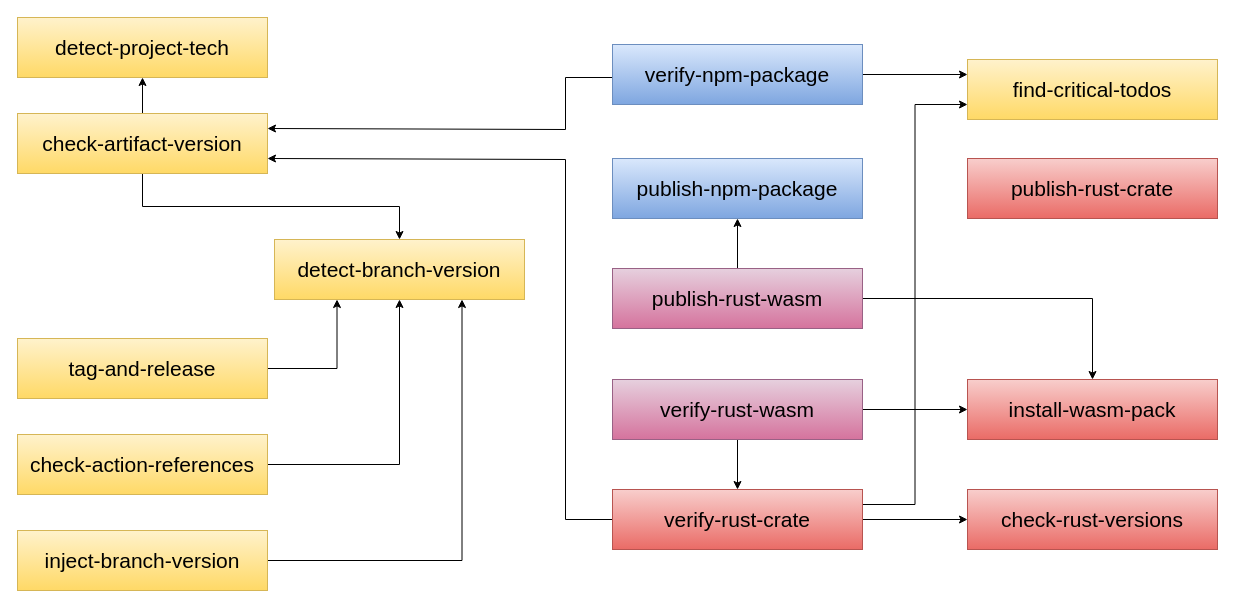
Above: docs/schema.drawio in giancosta86/aurora-github (draw.io), before the change. Source tidied: cells renumbered, new cells numbered last; positions are measured from the earlier drawing's top-left corner, leaving out a move shared by most shapes. Both pictures are drawn from the tidied source at 100%, with x=0, y=0 at pixel (17, 17).
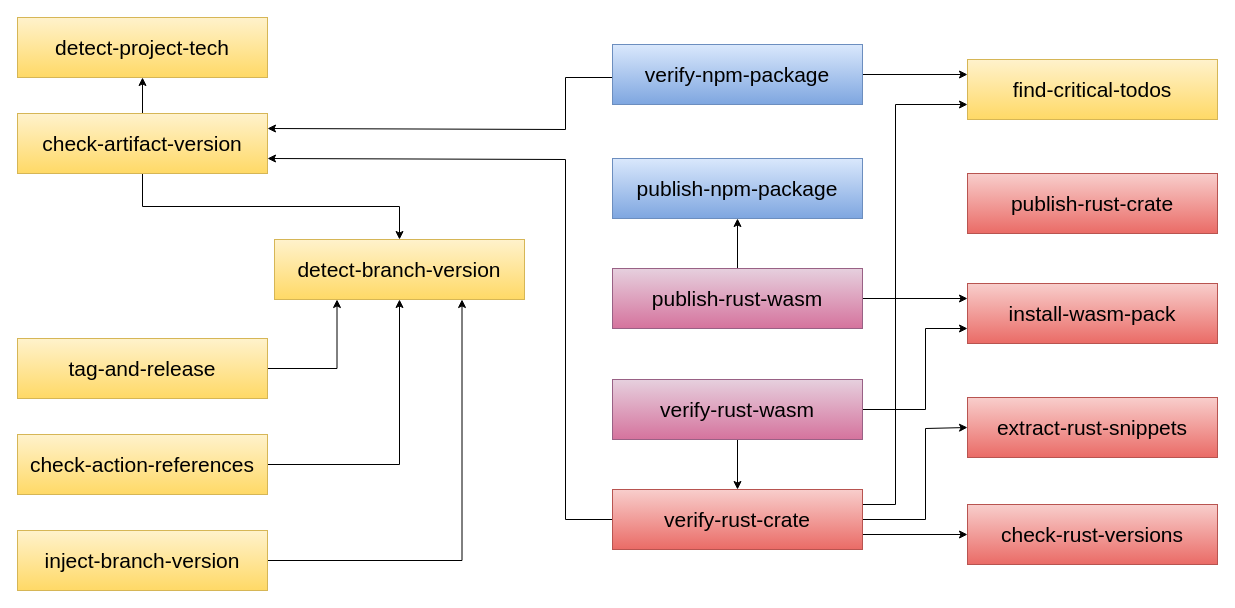
The same diagram, later.

Commit message (it also covers changes not shown here):
Introduce extract-rust-snippets (closes #7)

Unchanged cells that the change refers to:
```xml
<mxCell id="14" value="&lt;span style=&quot;color: rgb(0, 0, 0);&quot;&gt;verify&lt;/span&gt;&lt;font color=&quot;#000000&quot; style=&quot;font-size: 21px;&quot;&gt;-rust-crate&lt;/font&gt;" style="rounded=0;whiteSpace=wrap;html=1;fillColor=#f8cecc;gradientColor=#ea6b66;strokeColor=#b85450;fontSize=21;" parent="1" vertex="1">
  <mxGeometry x="595" y="472" width="250" height="60" as="geometry" />
</mxCell>
<mxCell id="22" value="&lt;font color=&quot;#000000&quot; style=&quot;font-size: 21px;&quot;&gt;verify-rust-wasm&lt;/font&gt;" style="rounded=0;whiteSpace=wrap;html=1;fillColor=#e6d0de;strokeColor=#996185;gradientColor=#d5739d;fontSize=21;" parent="1" vertex="1">
  <mxGeometry x="595" y="362" width="250" height="60" as="geometry" />
</mxCell>
<mxCell id="27" value="&lt;font color=&quot;#000000&quot; style=&quot;font-size: 21px;&quot;&gt;publish-rust-wasm&lt;/font&gt;" style="rounded=0;whiteSpace=wrap;html=1;fillColor=#e6d0de;strokeColor=#996185;gradientColor=#d5739d;fontSize=21;" parent="1" vertex="1">
  <mxGeometry x="595" y="251" width="250" height="60" as="geometry" />
</mxCell>
<mxCell id="30" value="&lt;font color=&quot;#000000&quot; style=&quot;font-size: 21px;&quot;&gt;find-critical-todos&lt;/font&gt;" style="rounded=0;whiteSpace=wrap;html=1;fillColor=#fff2cc;gradientColor=#ffd966;strokeColor=#d6b656;fontSize=21;" parent="1" vertex="1">
  <mxGeometry x="950" y="42" width="250" height="60" as="geometry" />
</mxCell>
```

Change to the diagram source:
```diff
@@
     <mxCell id="3" value="&lt;font color=&quot;#000000&quot; style=&quot;font-size: 21px;&quot;&gt;install-wasm-pack&lt;/font&gt;" style="rounded=0;whiteSpace=wrap;html=1;fillColor=#f8cecc;gradientColor=#ea6b66;strokeColor=#b85450;fontSize=21;" parent="1" vertex="1">
-      <mxGeometry x="950" y="362" width="250" height="60" as="geometry" />
+      <mxGeometry x="950" y="266" width="250" height="60" as="geometry" />
     </mxCell>
     <mxCell id="4" value="&lt;font color=&quot;#000000&quot; style=&quot;font-size: 21px;&quot;&gt;check-rust-versions&lt;/font&gt;" style="rounded=0;whiteSpace=wrap;html=1;fillColor=#f8cecc;gradientColor=#ea6b66;strokeColor=#b85450;fontSize=21;" parent="1" vertex="1">
-      <mxGeometry x="950" y="472" width="250" height="60" as="geometry" />
+      <mxGeometry x="950" y="487" width="250" height="60" as="geometry" />
     </mxCell>
@@
+    <mxCell id="13" style="edgeStyle=orthogonalEdgeStyle;rounded=0;jettySize=auto;html=1;exitX=1;exitY=0.25;exitDx=0;exitDy=0;entryX=0;entryY=0.75;entryDx=0;entryDy=0;" parent="1" edge="1" source="14" target="30">
+      <mxGeometry relative="1" as="geometry">
+        <Array as="points">
+          <mxPoint x="878" y="487" />
+          <mxPoint x="878" y="87" />
+        </Array>
+      </mxGeometry>
+    </mxCell>
-    <mxCell id="12" style="edgeStyle=orthogonalEdgeStyle;rounded=0;jettySize=auto;html=1;entryX=0;entryY=0.5;entryDx=0;entryDy=0;fontSize=17;" parent="1" edge="1" source="14" target="4">
+    <mxCell id="12" style="edgeStyle=orthogonalEdgeStyle;rounded=0;jettySize=auto;html=1;exitX=1;exitY=0.75;exitDx=0;exitDy=0;entryX=0;entryY=0.5;entryDx=0;entryDy=0;" parent="1" edge="1" source="14" target="4">
       <mxGeometry relative="1" as="geometry" />
     </mxCell>
-    <mxCell id="13" style="edgeStyle=orthogonalEdgeStyle;rounded=0;jettySize=auto;html=1;exitX=1;exitY=0.25;exitDx=0;exitDy=0;entryX=0;entryY=0.75;entryDx=0;entryDy=0;" parent="1" edge="1" source="14" target="30">
-      <mxGeometry relative="1" as="geometry" />
-    </mxCell>
+    <mxCell id="31" style="edgeStyle=orthogonalEdgeStyle;rounded=0;jettySize=auto;html=1;exitX=1;exitY=0.5;exitDx=0;exitDy=0;entryX=0;entryY=0.5;entryDx=0;entryDy=0;" parent="1" edge="1" source="14" target="32">
+      <mxGeometry relative="1" as="geometry">
+        <Array as="points">
+          <mxPoint x="908" y="502" />
+          <mxPoint x="908" y="411" />
+        </Array>
+      </mxGeometry>
+    </mxCell>
@@
     <mxCell id="15" value="&lt;font color=&quot;#000000&quot; style=&quot;font-size: 21px;&quot;&gt;publish-rust-crate&lt;/font&gt;" style="rounded=0;whiteSpace=wrap;html=1;fillColor=#f8cecc;gradientColor=#ea6b66;strokeColor=#b85450;fontSize=21;" parent="1" vertex="1">
-      <mxGeometry x="950" y="141" width="250" height="60" as="geometry" />
+      <mxGeometry x="950" y="156" width="250" height="60" as="geometry" />
     </mxCell>
@@
+    <mxCell id="21" style="edgeStyle=orthogonalEdgeStyle;rounded=0;jettySize=auto;html=1;exitX=0.5;exitY=1;exitDx=0;exitDy=0;entryX=0.5;entryY=0;entryDx=0;entryDy=0;fontSize=17;" parent="1" edge="1" source="22" target="14">
+      <mxGeometry relative="1" as="geometry" />
+    </mxCell>
-    <mxCell id="20" style="edgeStyle=orthogonalEdgeStyle;rounded=0;jettySize=auto;html=1;exitX=1;exitY=0.5;exitDx=0;exitDy=0;entryX=0;entryY=0.5;entryDx=0;entryDy=0;fontSize=17;" parent="1" edge="1" source="22" target="3">
-      <mxGeometry relative="1" as="geometry" />
+    <mxCell id="20" style="edgeStyle=orthogonalEdgeStyle;rounded=0;jettySize=auto;html=1;exitX=1;exitY=0.5;exitDx=0;exitDy=0;entryX=0;entryY=0.75;entryDx=0;entryDy=0;" parent="1" edge="1" source="22" target="3">
+      <mxGeometry relative="1" as="geometry">
+        <Array as="points">
+          <mxPoint x="908" y="392" />
+          <mxPoint x="908" y="311" />
+        </Array>
+      </mxGeometry>
     </mxCell>
-    <mxCell id="21" style="edgeStyle=orthogonalEdgeStyle;rounded=0;jettySize=auto;html=1;exitX=0.5;exitY=1;exitDx=0;exitDy=0;entryX=0.5;entryY=0;entryDx=0;entryDy=0;fontSize=17;" parent="1" edge="1" source="22" target="14">
-      <mxGeometry relative="1" as="geometry" />
-    </mxCell>
@@
-    <mxCell id="26" style="edgeStyle=orthogonalEdgeStyle;rounded=0;jettySize=auto;html=1;exitX=1;exitY=0.5;exitDx=0;exitDy=0;entryX=0.5;entryY=0;entryDx=0;entryDy=0;" parent="1" edge="1" source="27" target="3">
+    <mxCell id="26" style="edgeStyle=orthogonalEdgeStyle;rounded=0;jettySize=auto;html=1;exitX=1;exitY=0.5;exitDx=0;exitDy=0;entryX=0;entryY=0.25;entryDx=0;entryDy=0;" parent="1" edge="1" source="27" target="3">
       <mxGeometry relative="1" as="geometry" />
     </mxCell>
@@
+    <mxCell id="32" value="&lt;font color=&quot;#000000&quot; style=&quot;font-size: 21px;&quot;&gt;extract-rust-snippets&lt;/font&gt;" style="rounded=0;whiteSpace=wrap;html=1;fillColor=#f8cecc;gradientColor=#ea6b66;strokeColor=#b85450;fontSize=21;" parent="1" vertex="1">
+      <mxGeometry x="950" y="380" width="250" height="60" as="geometry" />
+    </mxCell>
```
